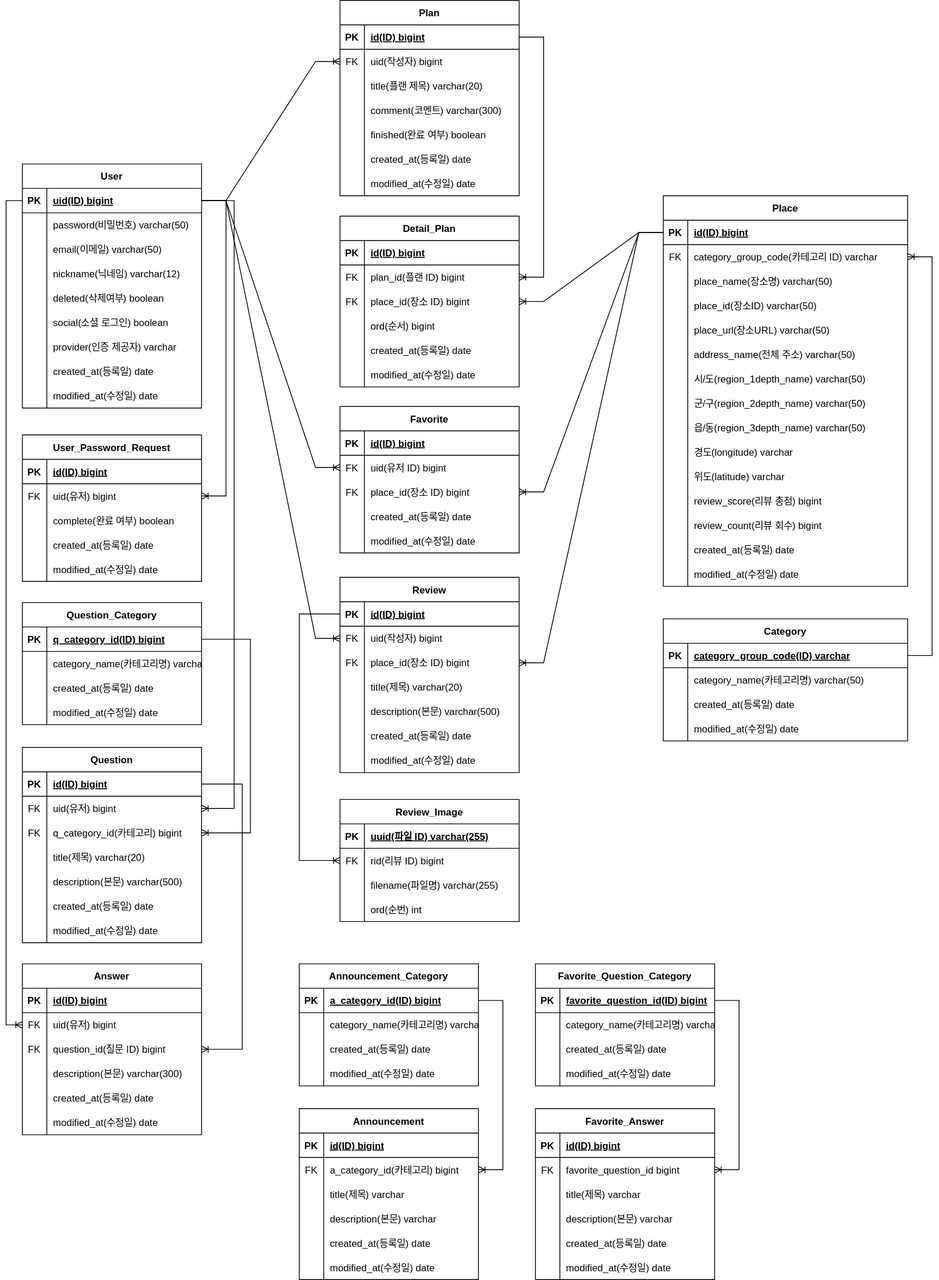
The draw.io diagram document/ERD.drawio.svg in mrcocoball/cocoball-store, before a commit. Source tidied: cells renumbered, new cells last; positions are measured from the earlier drawing's top-left corner, leaving out a move shared by most shapes.
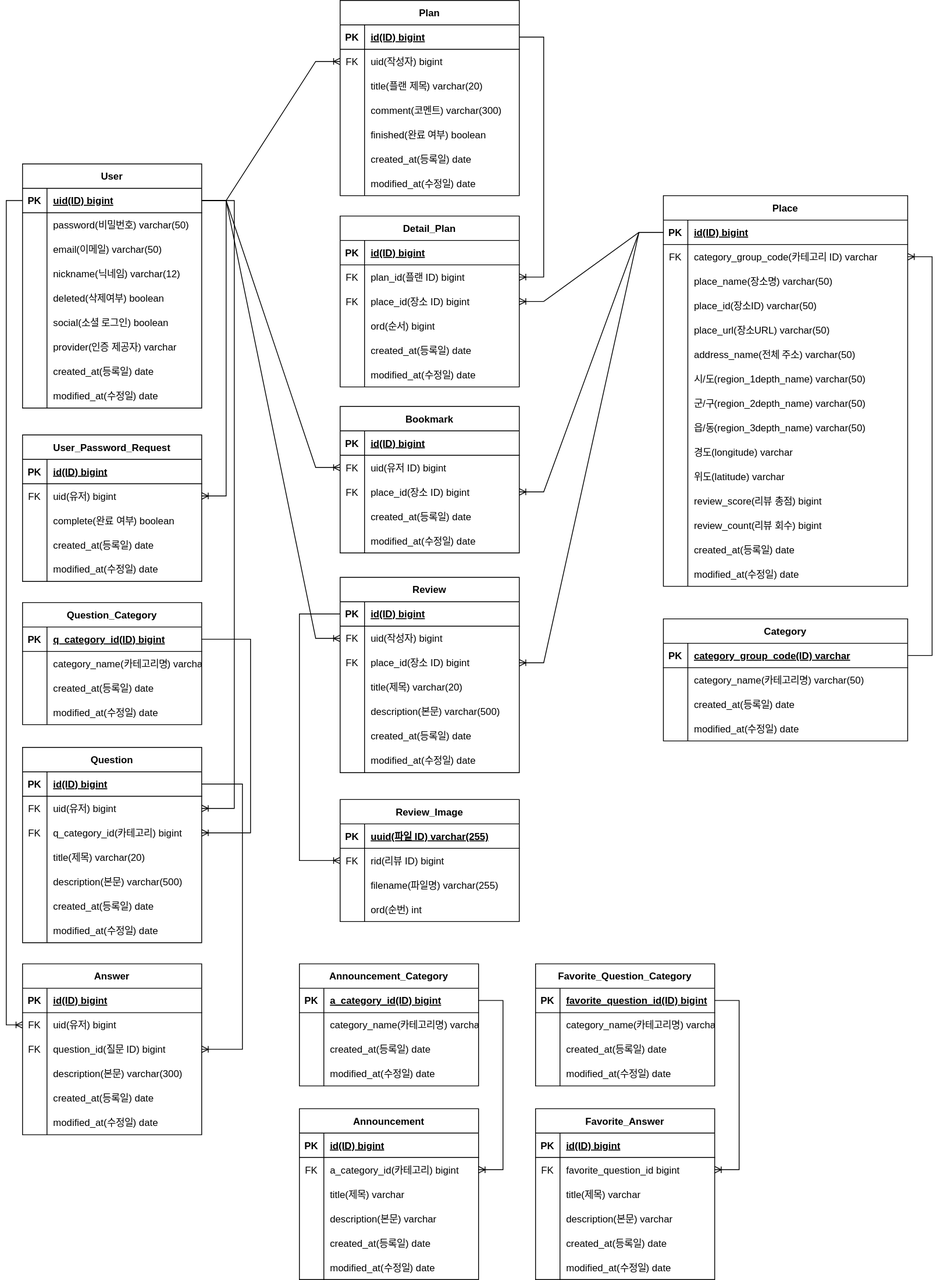
Above is the later version.

The edit, as a diff of the source:
```diff
@@ -491,7 +491,7 @@
     <mxCell id="164" value="ord(순번) int" style="shape=partialRectangle;fillColor=none;top=0;left=0;bottom=0;right=0;align=left;spacingLeft=6;overflow=hidden;" parent="162" vertex="1">
       <mxGeometry x="30" width="190" height="30" as="geometry" />
     </mxCell>
-    <mxCell id="165" value="Favorite" style="shape=table;startSize=30;rowLines=0;fontStyle=1;align=center;" parent="1" vertex="1">
+    <mxCell id="165" value="Bookmark" style="shape=table;startSize=30;rowLines=0;fontStyle=1;align=center;" parent="1" vertex="1">
       <mxGeometry x="410" y="499" width="220" height="180" as="geometry" />
     </mxCell>
     <mxCell id="166" style="shape=tableRow;horizontal=0;startSize=0;swimlaneHead=0;swimlaneBody=0;fillColor=none;top=0;left=0;right=0;bottom=1;" parent="165" vertex="1">
```
